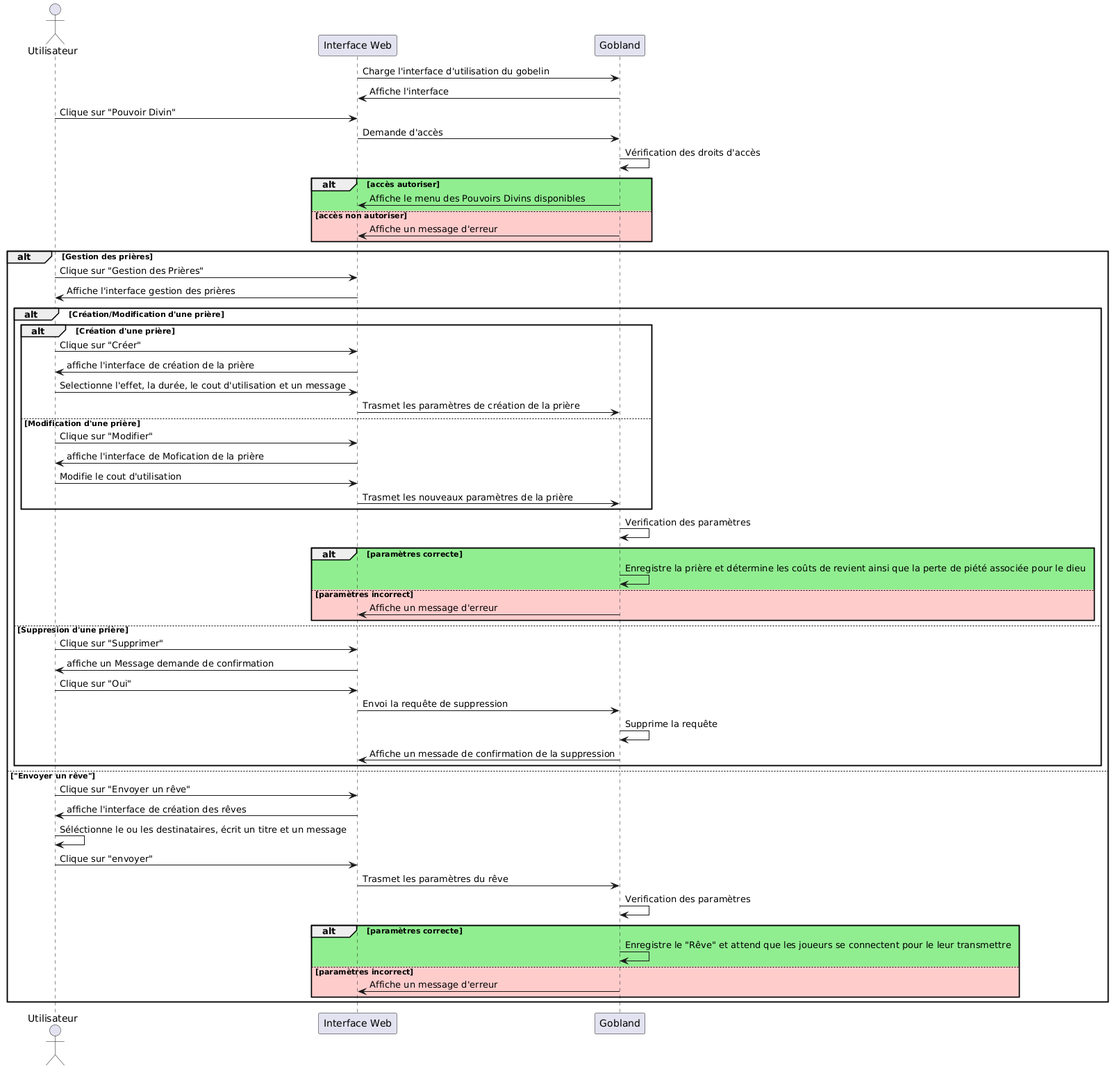
This is docs/UML/sequency/picture/droit_divin.png from SjSlayde/goblangtest, a PlantUML export, as it was before one commit. Source of this version:
```plantuml
@startuml
actor Utilisateur
participant "Interface Web" as UI
participant "Gobland" as System

UI -> System : Charge l'interface d'utilisation du gobelin
System -> UI : Affiche l'interface

Utilisateur -> UI : Clique sur "Pouvoir Divin"
UI -> System : Demande d'accès
System -> System : Vérification des droits d'accès

alt #lightgreen accès autoriser
    System -> UI : Affiche le menu des Pouvoirs Divins disponibles
else #FFCCCC accès non autoriser
    System -> UI : Affiche un message d'erreur
end


alt Gestion des prières
    Utilisateur -> UI : Clique sur "Gestion des Prières"
    UI -> Utilisateur : Affiche l'interface gestion des prières
        alt Création/Modification d'une prière
            alt Création d'une prière
                Utilisateur -> UI : Clique sur "Créer"
                UI -> Utilisateur : affiche l'interface de création de la prière
                Utilisateur -> UI : Selectionne l'effet, la durée, le cout d'utilisation et un message
                UI -> System : Trasmet les paramètres de création de la prière
            else Modification d'une prière
                Utilisateur -> UI : Clique sur "Modifier"
                UI -> Utilisateur : affiche l'interface de Mofication de la prière
                Utilisateur -> UI : Modifie le cout d'utilisation
                UI -> System : Trasmet les nouveaux paramètres de la prière
            end
                System -> System : Verification des paramètres
                alt #lightgreen paramètres correcte
                    System -> System :Enregistre la prière et détermine les coûts de revient ainsi que la perte de piété associée pour le dieu
                else #FFCCCC paramètres incorrect
                    System -> UI : Affiche un message d'erreur
                end
        else Suppresion d'une prière
             Utilisateur -> UI : Clique sur "Supprimer"
            UI -> Utilisateur : affiche un Message demande de confirmation
            Utilisateur -> UI : Clique sur "Oui"
            UI -> System : Envoi la requête de suppression
            System -> System : Supprime la requête
            System -> UI :Affiche un messade de confirmation de la suppression
        end

else "Envoyer un rêve"
    Utilisateur -> UI : Clique sur "Envoyer un rêve"
    UI -> Utilisateur : affiche l'interface de création des rêves
    Utilisateur -> Utilisateur : Séléctionne le ou les destinataires, écrit un titre et un message
    Utilisateur -> UI : Clique sur "envoyer"
    UI -> System : Trasmet les paramètres du rêve
    System -> System : Verification des paramètres
    alt #lightgreen paramètres correcte
        System -> System :Enregistre le "Rêve" et attend que les joueurs se connectent pour le leur transmettre
    else #FFCCCC paramètres incorrect
        System -> UI : Affiche un message d'erreur
    end
end
@enduml
```
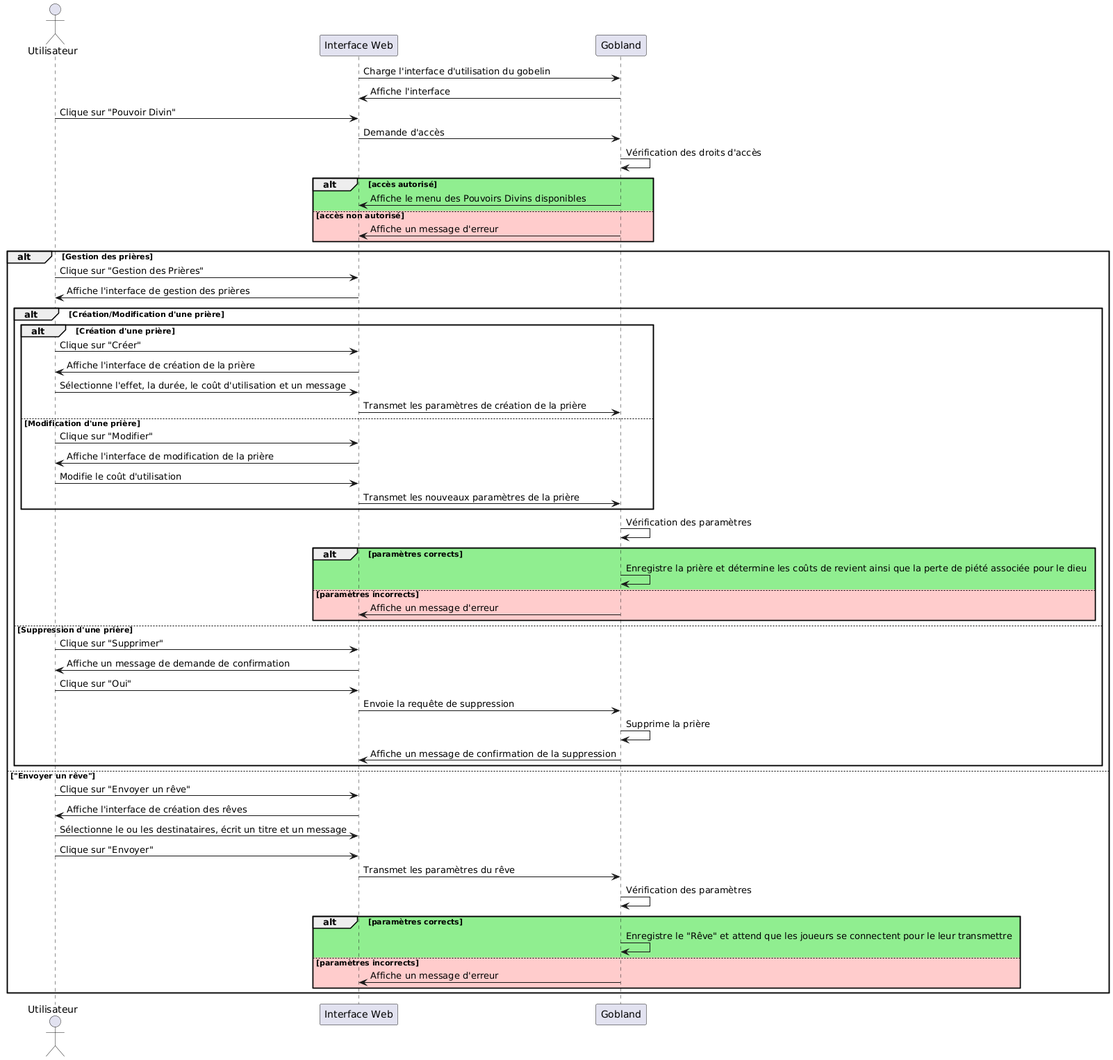
Later version of the same file.

Commit message:
diagramme use case , sequency et activity fait pour talent, action basique et droit divin

The edit, as a diff of the source:
```diff
@@ -10,53 +10,53 @@
 UI -> System : Demande d'accès
 System -> System : Vérification des droits d'accès
 
-alt #lightgreen accès autoriser
+alt #lightgreen accès autorisé
     System -> UI : Affiche le menu des Pouvoirs Divins disponibles
-else #FFCCCC accès non autoriser
+else #FFCCCC accès non autorisé
     System -> UI : Affiche un message d'erreur
 end
 
-
 alt Gestion des prières
     Utilisateur -> UI : Clique sur "Gestion des Prières"
-    UI -> Utilisateur : Affiche l'interface gestion des prières
-        alt Création/Modification d'une prière
-            alt Création d'une prière
-                Utilisateur -> UI : Clique sur "Créer"
-                UI -> Utilisateur : affiche l'interface de création de la prière
-                Utilisateur -> UI : Selectionne l'effet, la durée, le cout d'utilisation et un message
-                UI -> System : Trasmet les paramètres de création de la prière
-            else Modification d'une prière
-                Utilisateur -> UI : Clique sur "Modifier"
-                UI -> Utilisateur : affiche l'interface de Mofication de la prière
-                Utilisateur -> UI : Modifie le cout d'utilisation
-                UI -> System : Trasmet les nouveaux paramètres de la prière
-            end
-                System -> System : Verification des paramètres
-                alt #lightgreen paramètres correcte
-                    System -> System :Enregistre la prière et détermine les coûts de revient ainsi que la perte de piété associée pour le dieu
-                else #FFCCCC paramètres incorrect
-                    System -> UI : Affiche un message d'erreur
-                end
-        else Suppresion d'une prière
-             Utilisateur -> UI : Clique sur "Supprimer"
-            UI -> Utilisateur : affiche un Message demande de confirmation
-            Utilisateur -> UI : Clique sur "Oui"
-            UI -> System : Envoi la requête de suppression
-            System -> System : Supprime la requête
-            System -> UI :Affiche un messade de confirmation de la suppression
+    UI -> Utilisateur : Affiche l'interface de gestion des prières
+
+    alt Création/Modification d'une prière
+        alt Création d'une prière
+            Utilisateur -> UI : Clique sur "Créer"
+            UI -> Utilisateur : Affiche l'interface de création de la prière
+            Utilisateur -> UI : Sélectionne l'effet, la durée, le coût d'utilisation et un message
+            UI -> System : Transmet les paramètres de création de la prière
+        else Modification d'une prière
+            Utilisateur -> UI : Clique sur "Modifier"
+            UI -> Utilisateur : Affiche l'interface de modification de la prière
+            Utilisateur -> UI : Modifie le coût d'utilisation
+            UI -> System : Transmet les nouveaux paramètres de la prière
         end
+        System -> System : Vérification des paramètres
+        alt #lightgreen paramètres corrects
+            System -> System : Enregistre la prière et détermine les coûts de revient ainsi que la perte de piété associée pour le dieu
+        else #FFCCCC paramètres incorrects
+            System -> UI : Affiche un message d'erreur
+        end
+    else Suppression d'une prière
+        Utilisateur -> UI : Clique sur "Supprimer"
+        UI -> Utilisateur : Affiche un message de demande de confirmation
+        Utilisateur -> UI : Clique sur "Oui"
+        UI -> System : Envoie la requête de suppression
+        System -> System : Supprime la prière
+        System -> UI : Affiche un message de confirmation de la suppression
+    end
 
 else "Envoyer un rêve"
     Utilisateur -> UI : Clique sur "Envoyer un rêve"
-    UI -> Utilisateur : affiche l'interface de création des rêves
-    Utilisateur -> Utilisateur : Séléctionne le ou les destinataires, écrit un titre et un message
-    Utilisateur -> UI : Clique sur "envoyer"
-    UI -> System : Trasmet les paramètres du rêve
-    System -> System : Verification des paramètres
-    alt #lightgreen paramètres correcte
-        System -> System :Enregistre le "Rêve" et attend que les joueurs se connectent pour le leur transmettre
-    else #FFCCCC paramètres incorrect
+    UI -> Utilisateur : Affiche l'interface de création des rêves
+    Utilisateur -> UI : Sélectionne le ou les destinataires, écrit un titre et un message
+    Utilisateur -> UI : Clique sur "Envoyer"
+    UI -> System : Transmet les paramètres du rêve
+    System -> System : Vérification des paramètres
+    alt #lightgreen paramètres corrects
+        System -> System : Enregistre le "Rêve" et attend que les joueurs se connectent pour le leur transmettre
+    else #FFCCCC paramètres incorrects
         System -> UI : Affiche un message d'erreur
     end
 end
```
